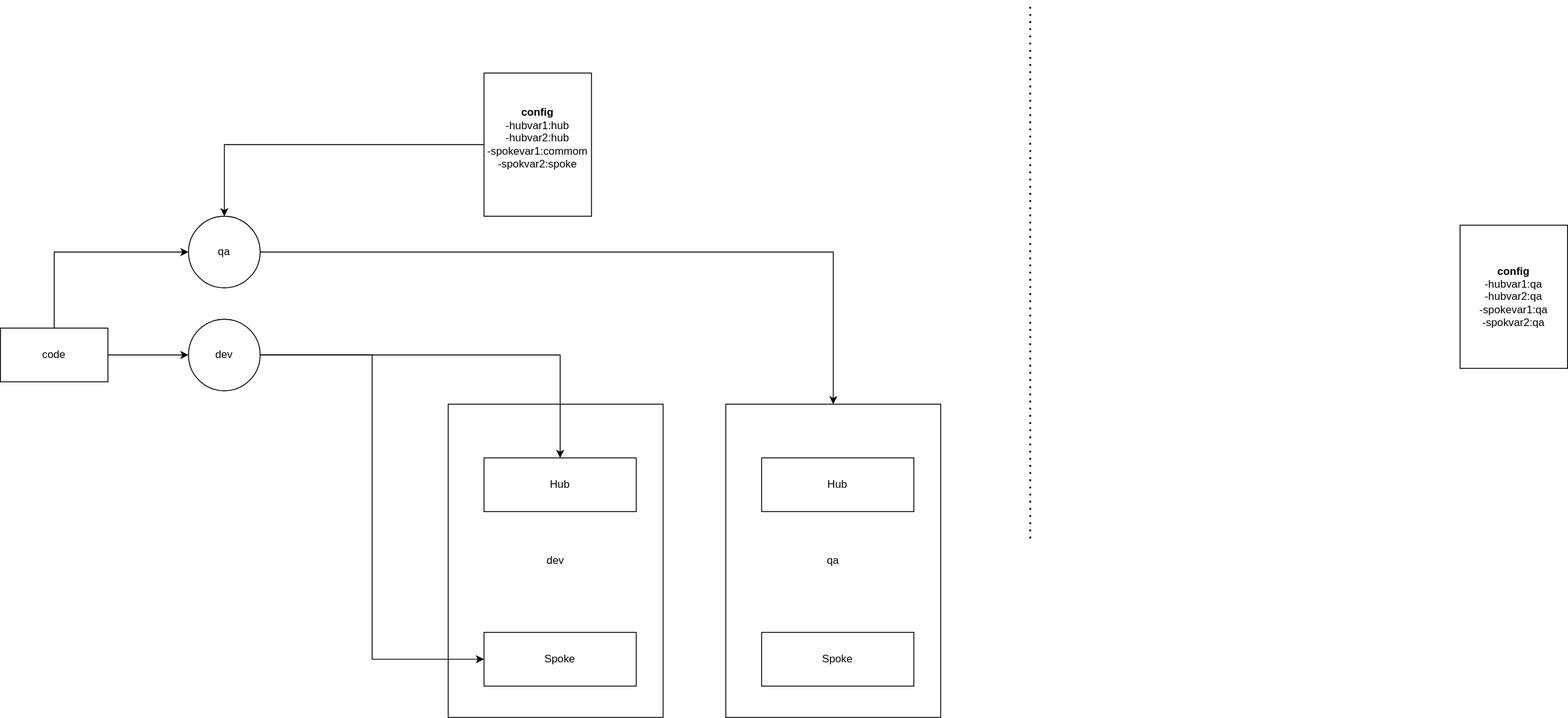
vjavle/invoicecloud keeps this draw.io diagram as infra/configurationdriveninfrastructure.svg. Above is the earlier version. Source tidied: cells renumbered, new cells last; positions are measured from the earlier drawing's top-left corner, leaving out a move shared by most shapes. Source of this version:
```xml
<mxGraphModel>
  <root>
    <mxCell id="0" />
    <mxCell id="1" parent="0" />
    <mxCell id="2" value="qa" style="rounded=0;whiteSpace=wrap;html=1;" parent="1" vertex="1">
      <mxGeometry x="810" y="450" width="240" height="350" as="geometry" />
    </mxCell>
    <mxCell id="3" value="dev" style="rounded=0;whiteSpace=wrap;html=1;" parent="1" vertex="1">
      <mxGeometry x="500" y="450" width="240" height="350" as="geometry" />
    </mxCell>
    <mxCell id="4" style="edgeStyle=orthogonalEdgeStyle;rounded=0;jettySize=auto;html=1;entryX=0.5;entryY=0;entryDx=0;entryDy=0;" parent="1" edge="1" source="5" target="16">
      <mxGeometry relative="1" as="geometry" />
    </mxCell>
    <mxCell id="5" value="&lt;b&gt;config&lt;/b&gt;&lt;br&gt;-hubvar1:hub&lt;br&gt;-hubvar2:hub&lt;br&gt;-spokevar1:commom&lt;br&gt;-spokvar2:spoke&lt;br&gt;&lt;br&gt;" style="rounded=0;whiteSpace=wrap;html=1;" parent="1" vertex="1">
      <mxGeometry x="540" y="80" width="120" height="160" as="geometry" />
    </mxCell>
    <mxCell id="6" style="endArrow=none;dashed=1;html=1;dashPattern=1 3;strokeWidth=2;rounded=0;" parent="1" edge="1">
      <mxGeometry relative="1" as="geometry">
        <mxPoint x="1150" y="600" as="sourcePoint" />
        <mxPoint x="1150" as="targetPoint" />
      </mxGeometry>
    </mxCell>
    <mxCell id="7" value="Hub" style="rounded=0;whiteSpace=wrap;html=1;" parent="1" vertex="1">
      <mxGeometry x="540" y="510" width="170" height="60" as="geometry" />
    </mxCell>
    <mxCell id="8" value="Spoke" style="rounded=0;whiteSpace=wrap;html=1;" parent="1" vertex="1">
      <mxGeometry x="540" y="705" width="170" height="60" as="geometry" />
    </mxCell>
    <mxCell id="9" style="edgeStyle=orthogonalEdgeStyle;rounded=0;jettySize=auto;html=1;" parent="1" edge="1" source="11" target="14">
      <mxGeometry relative="1" as="geometry" />
    </mxCell>
    <mxCell id="10" style="edgeStyle=orthogonalEdgeStyle;rounded=0;jettySize=auto;html=1;entryX=0;entryY=0.5;entryDx=0;entryDy=0;" parent="1" edge="1" source="11" target="16">
      <mxGeometry relative="1" as="geometry">
        <Array as="points">
          <mxPoint x="60" y="280" />
        </Array>
      </mxGeometry>
    </mxCell>
    <mxCell id="11" value="code" style="rounded=0;whiteSpace=wrap;html=1;" parent="1" vertex="1">
      <mxGeometry y="365" width="120" height="60" as="geometry" />
    </mxCell>
    <mxCell id="12" style="edgeStyle=orthogonalEdgeStyle;rounded=0;jettySize=auto;html=1;" parent="1" edge="1" source="14" target="7">
      <mxGeometry relative="1" as="geometry" />
    </mxCell>
    <mxCell id="13" style="edgeStyle=orthogonalEdgeStyle;rounded=0;jettySize=auto;html=1;entryX=0;entryY=0.5;entryDx=0;entryDy=0;" parent="1" edge="1" source="14" target="8">
      <mxGeometry relative="1" as="geometry" />
    </mxCell>
    <mxCell id="14" value="dev" style="ellipse;whiteSpace=wrap;html=1;" parent="1" vertex="1">
      <mxGeometry x="210" y="355" width="80" height="80" as="geometry" />
    </mxCell>
    <mxCell id="15" style="edgeStyle=orthogonalEdgeStyle;rounded=0;jettySize=auto;html=1;entryX=0.5;entryY=0;entryDx=0;entryDy=0;" parent="1" edge="1" source="16" target="2">
      <mxGeometry relative="1" as="geometry" />
    </mxCell>
    <mxCell id="16" value="qa" style="ellipse;whiteSpace=wrap;html=1;" parent="1" vertex="1">
      <mxGeometry x="210" y="240" width="80" height="80" as="geometry" />
    </mxCell>
    <mxCell id="17" value="Hub" style="rounded=0;whiteSpace=wrap;html=1;" parent="1" vertex="1">
      <mxGeometry x="850" y="510" width="170" height="60" as="geometry" />
    </mxCell>
    <mxCell id="18" value="Spoke" style="rounded=0;whiteSpace=wrap;html=1;" parent="1" vertex="1">
      <mxGeometry x="850" y="705" width="170" height="60" as="geometry" />
    </mxCell>
    <mxCell id="19" value="&lt;b&gt;config&lt;/b&gt;&lt;br&gt;-hubvar1:qa&lt;br&gt;-hubvar2:qa&lt;br&gt;-spokevar1:qa&lt;br&gt;-spokvar2:qa" style="rounded=0;whiteSpace=wrap;html=1;" parent="1" vertex="1">
      <mxGeometry x="1630" y="250" width="120" height="160" as="geometry" />
    </mxCell>
  </root>
</mxGraphModel>
```
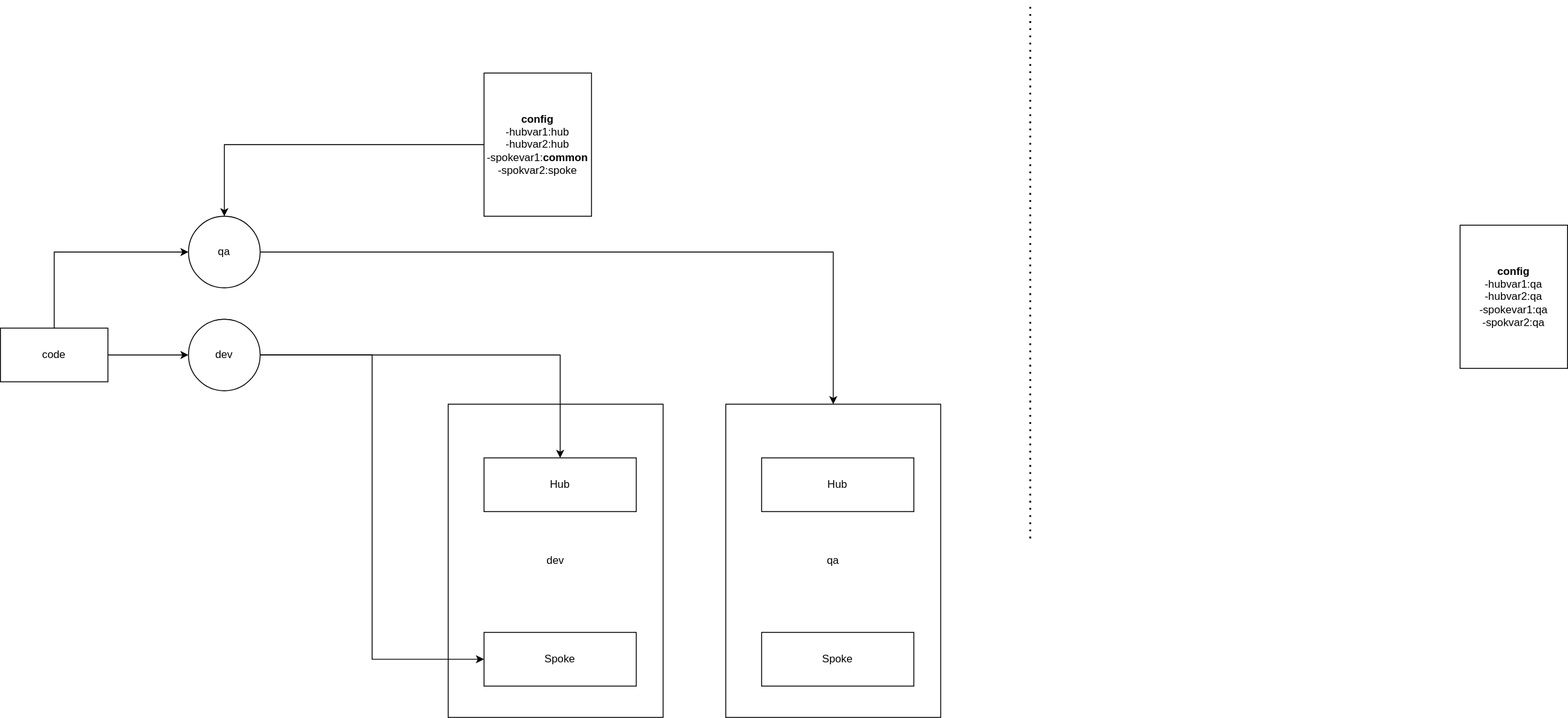
Above is the later version.

The edit, as a diff of the source:
```diff
@@ -11,7 +11,7 @@
     <mxCell id="4" style="edgeStyle=orthogonalEdgeStyle;rounded=0;jettySize=auto;html=1;entryX=0.5;entryY=0;entryDx=0;entryDy=0;" parent="1" edge="1" source="5" target="16">
       <mxGeometry relative="1" as="geometry" />
     </mxCell>
-    <mxCell id="5" value="&lt;b&gt;config&lt;/b&gt;&lt;br&gt;-hubvar1:hub&lt;br&gt;-hubvar2:hub&lt;br&gt;-spokevar1:commom&lt;br&gt;-spokvar2:spoke&lt;br&gt;&lt;br&gt;" style="rounded=0;whiteSpace=wrap;html=1;" parent="1" vertex="1">
+    <mxCell id="5" value="&lt;b&gt;config&lt;/b&gt;&lt;br&gt;-hubvar1:hub&lt;br&gt;-hubvar2:hub&lt;br&gt;-spokevar1:&lt;b&gt;common&lt;/b&gt;&lt;br&gt;-spokvar2:spoke" style="rounded=0;whiteSpace=wrap;html=1;" parent="1" vertex="1">
       <mxGeometry x="540" y="80" width="120" height="160" as="geometry" />
     </mxCell>
     <mxCell id="6" style="endArrow=none;dashed=1;html=1;dashPattern=1 3;strokeWidth=2;rounded=0;" parent="1" edge="1">
```
